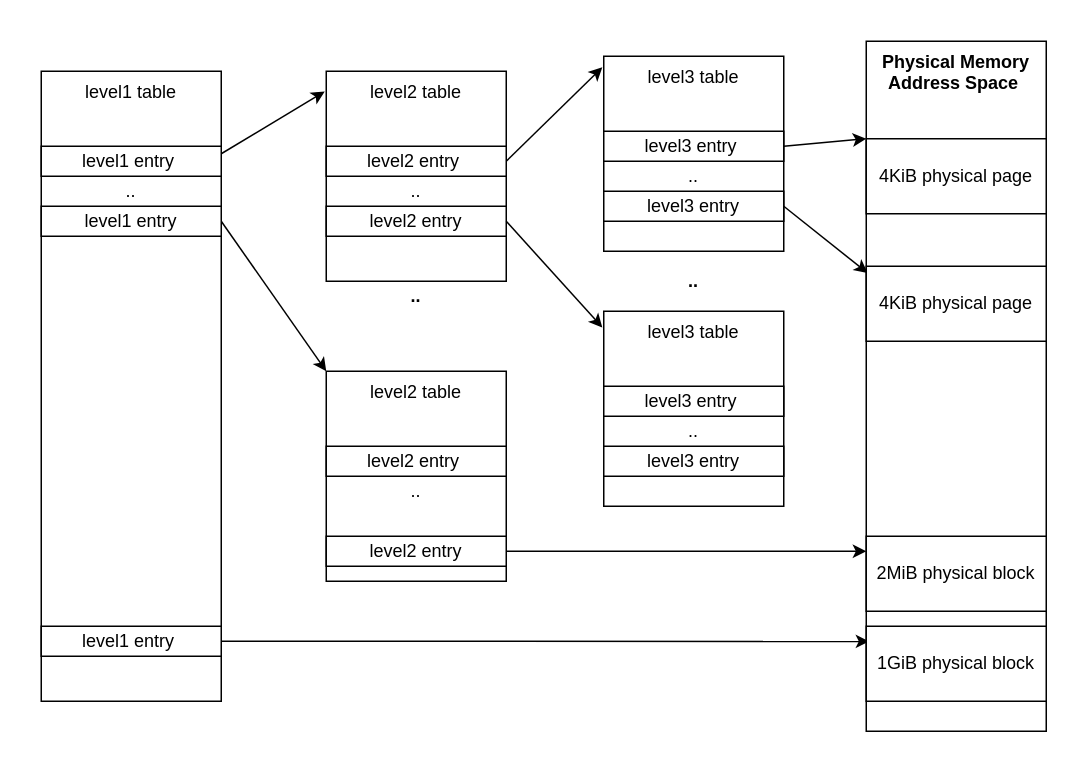
Earlier version of the draw.io diagram page "MMU-translation-tables" (1 of 8) of docs/misc_diagrams.drawio (jgrivera67/aarch64_bare_metal_ada). Source tidied: cells renumbered, new cells numbered last; positions are measured from the earlier drawing's top-left corner, leaving out a move shared by most shapes. Both pictures are drawn from the tidied source at 150%, with x=0, y=0 at pixel (40, 40).
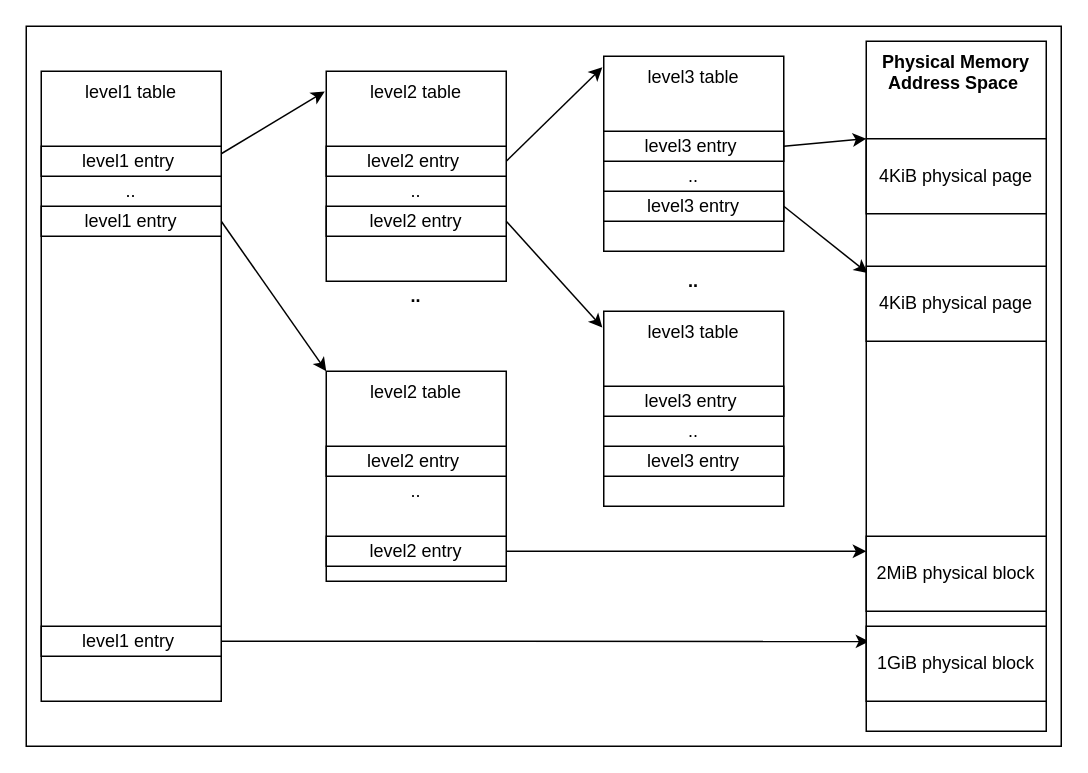
Above is the later version.

Change to the diagram source:
```diff
@@
+    <mxCell id="38" style="rounded=0;whiteSpace=wrap;html=1;" parent="1" vertex="1">
+      <mxGeometry x="-10" y="-10" width="690" height="480" as="geometry" />
+    </mxCell>
```
